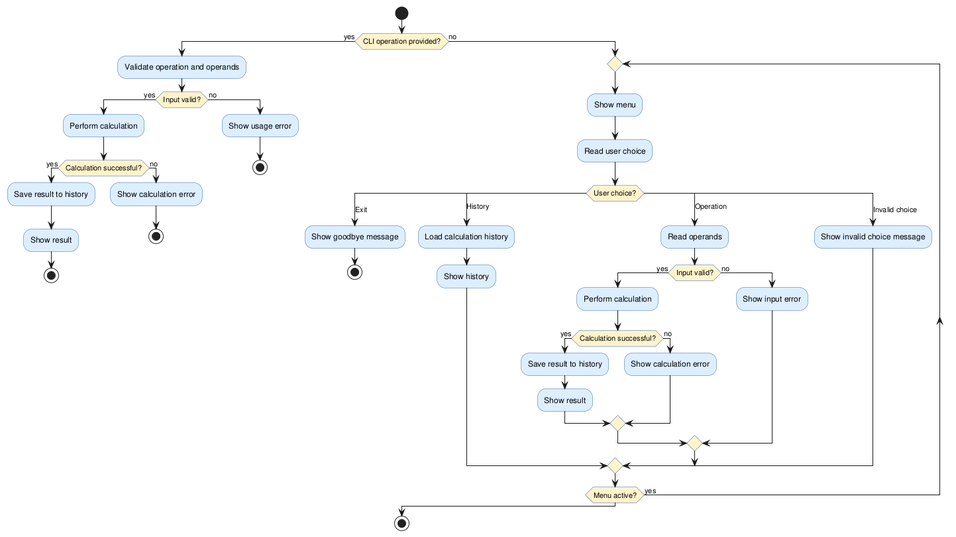
Before: experiments/broadcast/test_driven/calculator/artifacts/activity_diagram.png, a diagram exported from PlantUML (DanielRiha8906/Software_autoevolution_using_agents). Its diagram source:
```plantuml
@startuml activity_diagram

skinparam activityBackgroundColor #DDEEFF
skinparam activityBorderColor #3366AA
skinparam activityDiamondBackgroundColor #FFF3CC

start

if (CLI operation provided?) then (yes)

  :Validate operation and operands;

  if (Input valid?) then (yes)
    :Perform calculation;

    if (Calculation successful?) then (yes)
      :Save result to history;
      :Show result;
      stop
    else (no)
      :Show calculation error;
      stop
    endif

  else (no)
    :Show usage error;
    stop
  endif

else (no)

  repeat
    :Show menu;
    :Read user choice;

    switch (User choice?)

      case (Exit)
        :Show goodbye message;
        stop

      case (History)
        :Load calculation history;
        :Show history;

      case (Operation)
        :Read operands;

        if (Input valid?) then (yes)
          :Perform calculation;

          if (Calculation successful?) then (yes)
            :Save result to history;
            :Show result;
          else (no)
            :Show calculation error;
          endif

        else (no)
          :Show input error;
        endif

      case (Invalid choice)
        :Show invalid choice message;

    endswitch

  repeat while (Menu active?) is (yes)

endif

stop

@enduml
```
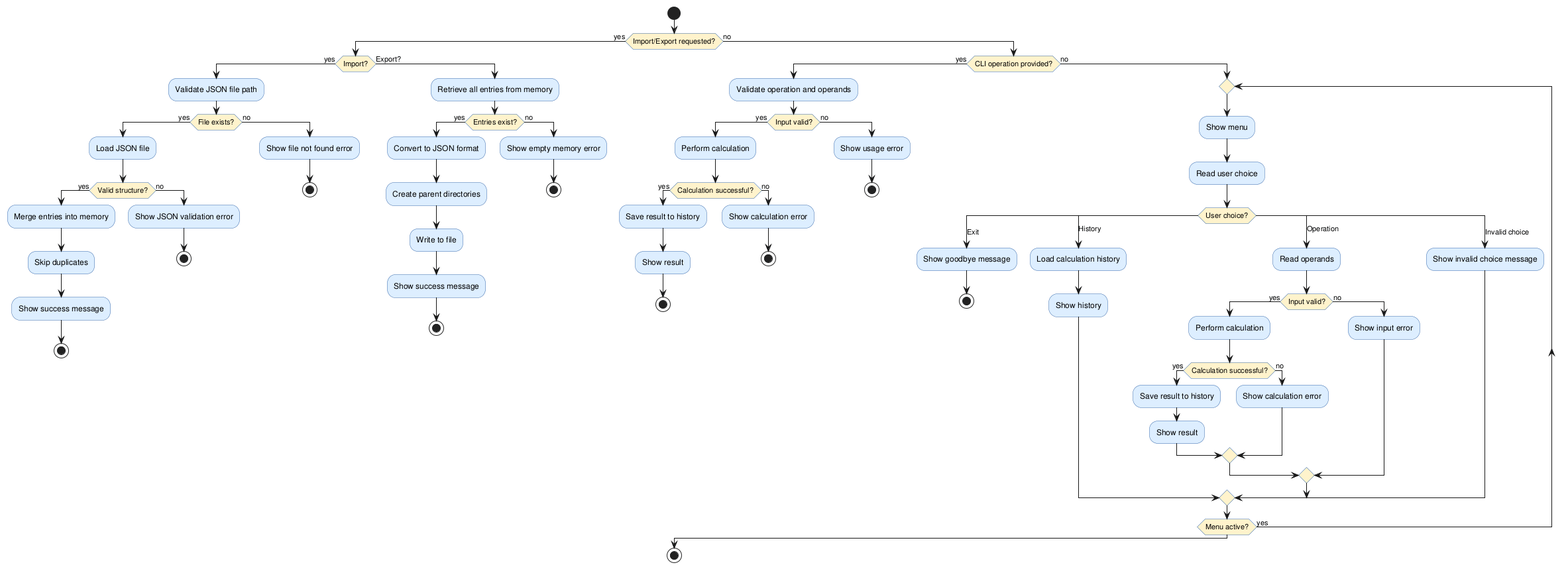
After the commit.

What changed in the source:
```diff
@@ -6,66 +6,107 @@
 
 start
 
-if (CLI operation provided?) then (yes)
+if (Import/Export requested?) then (yes)
 
-  :Validate operation and operands;
+  if (Import?) then (yes)
+    :Validate JSON file path;
 
-  if (Input valid?) then (yes)
-    :Perform calculation;
+    if (File exists?) then (yes)
+      :Load JSON file;
 
-    if (Calculation successful?) then (yes)
-      :Save result to history;
-      :Show result;
+      if (Valid structure?) then (yes)
+        :Merge entries into memory;
+        :Skip duplicates;
+        :Show success message;
+        stop
+      else (no)
+        :Show JSON validation error;
+        stop
+      endif
+    else (no)
+      :Show file not found error;
+      stop
+    endif
+
+  else (Export?)
+    :Retrieve all entries from memory;
+
+    if (Entries exist?) then (yes)
+      :Convert to JSON format;
+      :Create parent directories;
+      :Write to file;
+      :Show success message;
       stop
     else (no)
-      :Show calculation error;
+      :Show empty memory error;
+      stop
+    endif
+  endif
+
+else (no)
+
+  if (CLI operation provided?) then (yes)
+
+    :Validate operation and operands;
+
+    if (Input valid?) then (yes)
+      :Perform calculation;
+
+      if (Calculation successful?) then (yes)
+        :Save result to history;
+        :Show result;
+        stop
+      else (no)
+        :Show calculation error;
+        stop
+      endif
+
+    else (no)
+      :Show usage error;
       stop
     endif
 
   else (no)
-    :Show usage error;
-    stop
-  endif
 
-else (no)
+    repeat
+      :Show menu;
+      :Read user choice;
 
-  repeat
-    :Show menu;
-    :Read user choice;
+      switch (User choice?)
 
-    switch (User choice?)
+        case (Exit)
+          :Show goodbye message;
+          stop
 
-      case (Exit)
-        :Show goodbye message;
-        stop
+        case (History)
+          :Load calculation history;
+          :Show history;
 
-      case (History)
-        :Load calculation history;
-        :Show history;
+        case (Operation)
+          :Read operands;
 
-      case (Operation)
-        :Read operands;
+          if (Input valid?) then (yes)
+            :Perform calculation;
 
-        if (Input valid?) then (yes)
-          :Perform calculation;
+            if (Calculation successful?) then (yes)
+              :Save result to history;
+              :Show result;
+            else (no)
+              :Show calculation error;
+            endif
 
-          if (Calculation successful?) then (yes)
-            :Save result to history;
-            :Show result;
           else (no)
-            :Show calculation error;
+            :Show input error;
           endif
 
-        else (no)
-          :Show input error;
-        endif
+        case (Invalid choice)
+          :Show invalid choice message;
 
-      case (Invalid choice)
-        :Show invalid choice message;
+      endswitch
 
-    endswitch
+    repeat while (Menu active?) is (yes)
 
-  repeat while (Menu active?) is (yes)
+  endif
 
 endif
 
```
